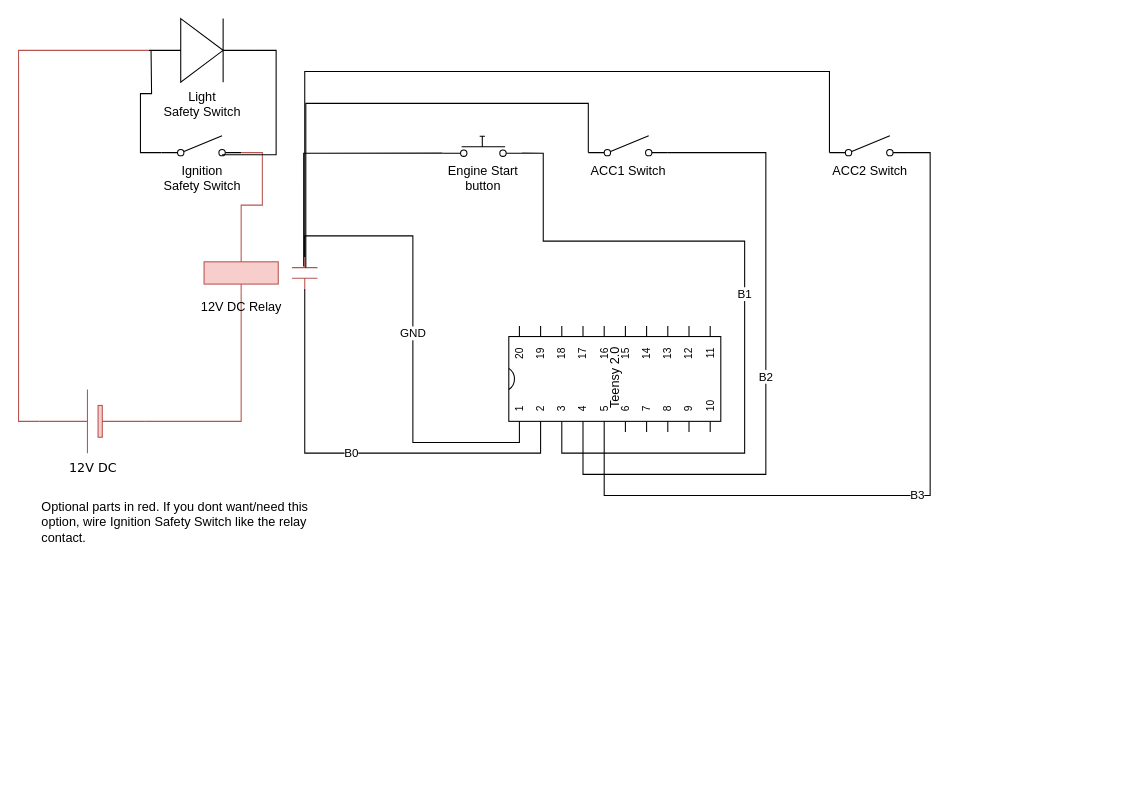
Before: starterbox/WiringDiagram.drawio in simracingtools/hardware, a draw.io diagram. Source tidied: cells renumbered, new cells numbered last; positions are measured from the earlier drawing's top-left corner, leaving out a move shared by most shapes. Both pictures are drawn from the tidied source at 106%, with x=0, y=0 at pixel (39, 18).
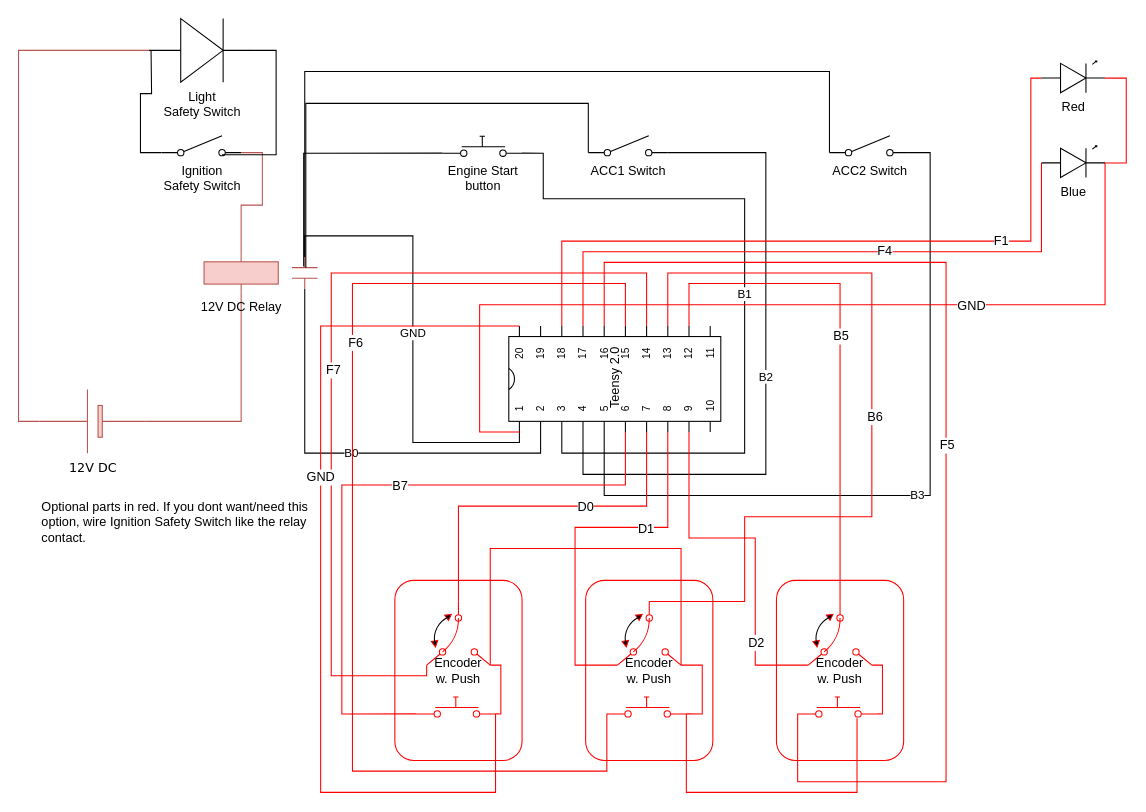
Above is the later version.

The change refers to these unchanged cells:
```xml
<mxCell id="13" value="Teensy 2.0" style="shadow=0;dashed=0;align=center;fillColor=#ffffff;html=1;strokeWidth=1;shape=mxgraph.electrical.logic_gates.dual_inline_ic;rotation=-90;" parent="1" vertex="1">
  <mxGeometry x="492.5" y="240" width="100" height="200" as="geometry" />
</mxCell>
<mxCell id="20" value="Engine Start&lt;br&gt;button&lt;br&gt;" style="verticalLabelPosition=bottom;shadow=0;dashed=0;align=center;fillColor=#ffffff;html=1;verticalAlign=top;strokeWidth=1;shape=mxgraph.electrical.electro-mechanical.push_switch_no;" parent="1" vertex="1">
  <mxGeometry x="380" y="111" width="75" height="19" as="geometry" />
</mxCell>
```

What changed in the source:
```diff
@@
+    <mxCell id="25" value="Encoder&lt;br&gt;w. Push&lt;br&gt;" style="rounded=1;whiteSpace=wrap;html=1;fillColor=none;strokeColor=#FF0000;" parent="1" vertex="1">
+      <mxGeometry x="335" y="530" width="120" height="170" as="geometry" />
+    </mxCell>
+    <mxCell id="26" value="&lt;span&gt;Encoder&lt;br&gt;&lt;/span&gt;w. Push&lt;span&gt;&lt;br&gt;&lt;/span&gt;" style="rounded=1;whiteSpace=wrap;html=1;fillColor=none;strokeColor=#FF0000;" parent="1" vertex="1">
+      <mxGeometry x="515" y="530" width="120" height="170" as="geometry" />
+    </mxCell>
+    <mxCell id="27" value="&lt;span&gt;Encoder&lt;br&gt;&lt;/span&gt;w. Push&lt;span&gt;&lt;br&gt;&lt;/span&gt;" style="rounded=1;whiteSpace=wrap;html=1;fillColor=none;strokeColor=#FF0000;" parent="1" vertex="1">
+      <mxGeometry x="695" y="530" width="120" height="170" as="geometry" />
+    </mxCell>
@@
     <mxCell id="19" value="B1" style="edgeStyle=orthogonalEdgeStyle;rounded=0;jettySize=auto;html=1;exitX=1;exitY=0.84;exitDx=0;exitDy=0;exitPerimeter=0;entryX=0;entryY=0;entryDx=0;entryDy=50;entryPerimeter=0;endArrow=none;endFill=0;" parent="1" edge="1" source="20" target="13">
       <mxGeometry relative="1" as="geometry">
         <Array as="points">
           <mxPoint x="475" y="127" />
-          <mxPoint x="475" y="210" />
-          <mxPoint x="665" y="210" />
+          <mxPoint x="475" y="170" />
+          <mxPoint x="665" y="170" />
           <mxPoint x="665" y="410" />
           <mxPoint x="493" y="410" />
         </Array>
       </mxGeometry>
     </mxCell>
@@
+    <mxCell id="28" style="edgeStyle=orthogonalEdgeStyle;rounded=0;jettySize=auto;html=1;exitX=1;exitY=1;exitDx=0;exitDy=0;exitPerimeter=0;entryX=1;entryY=1;entryDx=0;entryDy=0;entryPerimeter=0;endArrow=none;endFill=0;strokeColor=#FF0000;" parent="1" edge="1" source="33" target="45">
+      <mxGeometry relative="1" as="geometry">
+        <Array as="points">
+          <mxPoint x="425" y="500" />
+          <mxPoint x="605" y="500" />
+        </Array>
+      </mxGeometry>
+    </mxCell>
+    <mxCell id="29" style="edgeStyle=orthogonalEdgeStyle;rounded=0;jettySize=auto;html=1;exitX=0.5;exitY=0;exitDx=0;exitDy=0;exitPerimeter=0;entryX=0;entryY=0;entryDx=0;entryDy=130;entryPerimeter=0;endArrow=none;endFill=0;strokeColor=#FF0000;" parent="1" edge="1" source="33" target="13">
+      <mxGeometry relative="1" as="geometry">
+        <Array as="points">
+          <mxPoint x="395" y="460" />
+          <mxPoint x="573" y="460" />
+        </Array>
+      </mxGeometry>
+    </mxCell>
+    <mxCell id="30" value="D0" style="text;html=1;align=center;verticalAlign=middle;labelBackgroundColor=#ffffff;" parent="29" vertex="1">
+      <mxGeometry x="0.24" relative="1" as="geometry" />
+    </mxCell>
+    <mxCell id="31" style="edgeStyle=orthogonalEdgeStyle;rounded=0;jettySize=auto;html=1;exitX=0;exitY=1;exitDx=0;exitDy=0;exitPerimeter=0;entryX=1;entryY=0;entryDx=0;entryDy=130;entryPerimeter=0;endArrow=none;endFill=0;strokeColor=#FF0000;" parent="1" edge="1" source="33" target="13">
+      <mxGeometry relative="1" as="geometry">
+        <Array as="points">
+          <mxPoint x="365" y="620" />
+          <mxPoint x="275" y="620" />
+          <mxPoint x="275" y="240" />
+          <mxPoint x="573" y="240" />
+        </Array>
+      </mxGeometry>
+    </mxCell>
+    <mxCell id="32" value="F7&lt;br&gt;" style="text;html=1;align=center;verticalAlign=middle;labelBackgroundColor=#ffffff;" parent="31" vertex="1">
+      <mxGeometry x="-0.06" y="-1" relative="1" as="geometry" />
+    </mxCell>
+    <mxCell id="33" style="verticalLabelPosition=bottom;shadow=0;dashed=0;align=center;fillColor=#ffffff;html=1;verticalAlign=top;strokeWidth=1;shape=mxgraph.electrical.electro-mechanical.3_position_switch;strokeColor=#FF0000;" parent="1" vertex="1">
+      <mxGeometry x="365" y="550" width="60" height="60" as="geometry" />
+    </mxCell>
+    <mxCell id="34" style="edgeStyle=orthogonalEdgeStyle;rounded=0;jettySize=auto;html=1;exitX=1;exitY=0.84;exitDx=0;exitDy=0;exitPerimeter=0;entryX=1;entryY=1;entryDx=0;entryDy=0;entryPerimeter=0;endArrow=none;endFill=0;strokeColor=#FF0000;" parent="1" edge="1" source="39" target="33">
+      <mxGeometry relative="1" as="geometry">
+        <Array as="points">
+          <mxPoint x="435" y="656" />
+          <mxPoint x="435" y="610" />
+        </Array>
+      </mxGeometry>
+    </mxCell>
+    <mxCell id="35" style="edgeStyle=orthogonalEdgeStyle;rounded=0;jettySize=auto;html=1;exitX=1;exitY=0.84;exitDx=0;exitDy=0;exitPerimeter=0;entryX=1;entryY=0;entryDx=0;entryDy=10;entryPerimeter=0;endArrow=none;endFill=0;strokeColor=#FF0000;" parent="1" edge="1" source="39" target="13">
+      <mxGeometry relative="1" as="geometry">
+        <Array as="points">
+          <mxPoint x="430" y="730" />
+          <mxPoint x="265" y="730" />
+          <mxPoint x="265" y="290" />
+        </Array>
+      </mxGeometry>
+    </mxCell>
+    <mxCell id="36" value="GND" style="text;html=1;align=center;verticalAlign=middle;labelBackgroundColor=#ffffff;" parent="35" vertex="1">
+      <mxGeometry x="0.24" y="1" relative="1" as="geometry" />
+    </mxCell>
+    <mxCell id="37" style="edgeStyle=orthogonalEdgeStyle;rounded=0;jettySize=auto;html=1;exitX=0;exitY=0.84;exitDx=0;exitDy=0;exitPerimeter=0;endArrow=none;endFill=0;strokeColor=#FF0000;entryX=0;entryY=0;entryDx=0;entryDy=110;entryPerimeter=0;" parent="1" edge="1" source="39" target="13">
+      <mxGeometry relative="1" as="geometry">
+        <Array as="points">
+          <mxPoint x="285" y="656" />
+          <mxPoint x="285" y="440" />
+          <mxPoint x="553" y="440" />
+        </Array>
+      </mxGeometry>
+    </mxCell>
+    <mxCell id="38" value="B7&lt;br&gt;" style="text;html=1;align=center;verticalAlign=middle;labelBackgroundColor=#ffffff;" parent="37" vertex="1">
+      <mxGeometry x="0.13" relative="1" as="geometry" />
+    </mxCell>
+    <mxCell id="39" style="verticalLabelPosition=bottom;shadow=0;dashed=0;align=center;fillColor=#ffffff;html=1;verticalAlign=top;strokeWidth=1;shape=mxgraph.electrical.electro-mechanical.push_switch_no;strokeColor=#FF0000;" parent="1" vertex="1">
+      <mxGeometry x="355" y="640" width="75" height="19" as="geometry" />
+    </mxCell>
+    <mxCell id="40" style="edgeStyle=orthogonalEdgeStyle;rounded=0;jettySize=auto;html=1;exitX=1;exitY=1;exitDx=0;exitDy=0;exitPerimeter=0;entryX=1;entryY=0.84;entryDx=0;entryDy=0;entryPerimeter=0;endArrow=none;endFill=0;strokeColor=#FF0000;" parent="1" edge="1" source="45" target="49">
+      <mxGeometry relative="1" as="geometry">
+        <Array as="points">
+          <mxPoint x="625" y="610" />
+          <mxPoint x="625" y="656" />
+        </Array>
+      </mxGeometry>
+    </mxCell>
+    <mxCell id="41" style="edgeStyle=orthogonalEdgeStyle;rounded=0;jettySize=auto;html=1;exitX=0.5;exitY=0;exitDx=0;exitDy=0;exitPerimeter=0;entryX=1;entryY=0;entryDx=0;entryDy=150;entryPerimeter=0;endArrow=none;endFill=0;strokeColor=#FF0000;" parent="1" edge="1" source="45" target="13">
+      <mxGeometry relative="1" as="geometry">
+        <Array as="points">
+          <mxPoint x="665" y="550" />
+          <mxPoint x="665" y="470" />
+          <mxPoint x="785" y="470" />
+          <mxPoint x="785" y="240" />
+          <mxPoint x="593" y="240" />
+        </Array>
+      </mxGeometry>
+    </mxCell>
+    <mxCell id="42" value="B6" style="text;html=1;align=center;verticalAlign=middle;labelBackgroundColor=#ffffff;" parent="41" vertex="1">
+      <mxGeometry x="0.01" y="-2" relative="1" as="geometry" />
+    </mxCell>
+    <mxCell id="43" style="edgeStyle=orthogonalEdgeStyle;rounded=0;jettySize=auto;html=1;exitX=0;exitY=1;exitDx=0;exitDy=0;exitPerimeter=0;entryX=0;entryY=0;entryDx=0;entryDy=150;entryPerimeter=0;endArrow=none;endFill=0;strokeColor=#FF0000;" parent="1" edge="1" source="45" target="13">
+      <mxGeometry relative="1" as="geometry">
+        <Array as="points">
+          <mxPoint x="505" y="610" />
+          <mxPoint x="505" y="480" />
+          <mxPoint x="593" y="480" />
+        </Array>
+      </mxGeometry>
+    </mxCell>
+    <mxCell id="44" value="D1" style="text;html=1;align=center;verticalAlign=middle;labelBackgroundColor=#ffffff;" parent="43" vertex="1">
+      <mxGeometry x="0.36" y="-1" relative="1" as="geometry" />
+    </mxCell>
+    <mxCell id="45" style="verticalLabelPosition=bottom;shadow=0;dashed=0;align=center;fillColor=#ffffff;html=1;verticalAlign=top;strokeWidth=1;shape=mxgraph.electrical.electro-mechanical.3_position_switch;strokeColor=#FF0000;" parent="1" vertex="1">
+      <mxGeometry x="545" y="550" width="60" height="60" as="geometry" />
+    </mxCell>
+    <mxCell id="46" style="edgeStyle=orthogonalEdgeStyle;rounded=0;jettySize=auto;html=1;exitX=1;exitY=0.84;exitDx=0;exitDy=0;exitPerimeter=0;entryX=0.747;entryY=1.053;entryDx=0;entryDy=0;entryPerimeter=0;endArrow=none;endFill=0;strokeColor=#FF0000;" parent="1" edge="1" source="49" target="58">
+      <mxGeometry relative="1" as="geometry">
+        <Array as="points">
+          <mxPoint x="610" y="730" />
+          <mxPoint x="771" y="730" />
+        </Array>
+      </mxGeometry>
+    </mxCell>
+    <mxCell id="47" style="edgeStyle=orthogonalEdgeStyle;rounded=0;jettySize=auto;html=1;exitX=0;exitY=0.84;exitDx=0;exitDy=0;exitPerimeter=0;entryX=1;entryY=0;entryDx=0;entryDy=110;entryPerimeter=0;endArrow=none;endFill=0;strokeColor=#FF0000;" parent="1" edge="1" source="49" target="13">
+      <mxGeometry relative="1" as="geometry">
+        <Array as="points">
+          <mxPoint x="535" y="710" />
+          <mxPoint x="295" y="710" />
+          <mxPoint x="295" y="250" />
+          <mxPoint x="553" y="250" />
+        </Array>
+      </mxGeometry>
+    </mxCell>
+    <mxCell id="48" value="F6" style="text;html=1;align=center;verticalAlign=middle;labelBackgroundColor=#ffffff;" parent="47" vertex="1">
+      <mxGeometry x="0.33" y="-2" relative="1" as="geometry" />
+    </mxCell>
+    <mxCell id="49" style="verticalLabelPosition=bottom;shadow=0;dashed=0;align=center;fillColor=#ffffff;html=1;verticalAlign=top;strokeWidth=1;shape=mxgraph.electrical.electro-mechanical.push_switch_no;strokeColor=#FF0000;" parent="1" vertex="1">
+      <mxGeometry x="535" y="640" width="75" height="19" as="geometry" />
+    </mxCell>
+    <mxCell id="50" style="edgeStyle=orthogonalEdgeStyle;rounded=0;jettySize=auto;html=1;exitX=1;exitY=1;exitDx=0;exitDy=0;exitPerimeter=0;entryX=1;entryY=0.84;entryDx=0;entryDy=0;entryPerimeter=0;endArrow=none;endFill=0;strokeColor=#FF0000;" parent="1" edge="1" source="55" target="58">
+      <mxGeometry relative="1" as="geometry">
+        <Array as="points">
+          <mxPoint x="795" y="610" />
+          <mxPoint x="795" y="656" />
+        </Array>
+      </mxGeometry>
+    </mxCell>
+    <mxCell id="51" style="edgeStyle=orthogonalEdgeStyle;rounded=0;jettySize=auto;html=1;exitX=0;exitY=1;exitDx=0;exitDy=0;exitPerimeter=0;entryX=0;entryY=0;entryDx=0;entryDy=170;entryPerimeter=0;endArrow=none;endFill=0;strokeColor=#FF0000;" parent="1" edge="1" source="55" target="13">
+      <mxGeometry relative="1" as="geometry">
+        <Array as="points">
+          <mxPoint x="675" y="610" />
+          <mxPoint x="675" y="490" />
+          <mxPoint x="613" y="490" />
+        </Array>
+      </mxGeometry>
+    </mxCell>
+    <mxCell id="52" value="D2" style="text;html=1;align=center;verticalAlign=middle;labelBackgroundColor=#ffffff;" parent="51" vertex="1">
+      <mxGeometry x="-0.7" y="-22" relative="1" as="geometry">
+        <mxPoint x="-22" y="-22" as="offset" />
+      </mxGeometry>
+    </mxCell>
+    <mxCell id="53" style="edgeStyle=orthogonalEdgeStyle;rounded=0;jettySize=auto;html=1;exitX=0.5;exitY=0;exitDx=0;exitDy=0;exitPerimeter=0;entryX=1;entryY=0;entryDx=0;entryDy=170;entryPerimeter=0;endArrow=none;endFill=0;strokeColor=#FF0000;" parent="1" edge="1" source="55" target="13">
+      <mxGeometry relative="1" as="geometry">
+        <Array as="points">
+          <mxPoint x="755" y="250" />
+          <mxPoint x="613" y="250" />
+        </Array>
+      </mxGeometry>
+    </mxCell>
+    <mxCell id="54" value="B5" style="text;html=1;align=center;verticalAlign=middle;labelBackgroundColor=#ffffff;" parent="53" vertex="1">
+      <mxGeometry x="0.04" relative="1" as="geometry" />
+    </mxCell>
+    <mxCell id="55" style="verticalLabelPosition=bottom;shadow=0;dashed=0;align=center;fillColor=#ffffff;html=1;verticalAlign=top;strokeWidth=1;shape=mxgraph.electrical.electro-mechanical.3_position_switch;strokeColor=#FF0000;" parent="1" vertex="1">
+      <mxGeometry x="725" y="550" width="60" height="60" as="geometry" />
+    </mxCell>
+    <mxCell id="56" style="edgeStyle=orthogonalEdgeStyle;rounded=0;jettySize=auto;html=1;exitX=0;exitY=0.84;exitDx=0;exitDy=0;exitPerimeter=0;entryX=1;entryY=0;entryDx=0;entryDy=90;entryPerimeter=0;endArrow=none;endFill=0;strokeColor=#FF0000;" parent="1" edge="1" source="58" target="13">
+      <mxGeometry relative="1" as="geometry">
+        <Array as="points">
+          <mxPoint x="715" y="720" />
+          <mxPoint x="855" y="720" />
+          <mxPoint x="855" y="230" />
+          <mxPoint x="533" y="230" />
+        </Array>
+      </mxGeometry>
+    </mxCell>
+    <mxCell id="57" value="F5" style="text;html=1;align=center;verticalAlign=middle;labelBackgroundColor=#ffffff;" parent="56" vertex="1">
+      <mxGeometry x="-0.03" relative="1" as="geometry" />
+    </mxCell>
+    <mxCell id="58" style="verticalLabelPosition=bottom;shadow=0;dashed=0;align=center;fillColor=#ffffff;html=1;verticalAlign=top;strokeWidth=1;shape=mxgraph.electrical.electro-mechanical.push_switch_no;strokeColor=#FF0000;" parent="1" vertex="1">
+      <mxGeometry x="715" y="640" width="75" height="19" as="geometry" />
+    </mxCell>
+    <mxCell id="59" style="edgeStyle=orthogonalEdgeStyle;rounded=0;jettySize=auto;html=1;exitX=1;exitY=0.54;exitDx=0;exitDy=0;exitPerimeter=0;entryX=0;entryY=0;entryDx=0;entryDy=10;entryPerimeter=0;endArrow=none;endFill=0;strokeColor=#FF0000;" parent="1" edge="1" source="67" target="13">
+      <mxGeometry relative="1" as="geometry">
+        <Array as="points">
+          <mxPoint x="1005" y="270" />
+          <mxPoint x="415" y="270" />
+          <mxPoint x="415" y="390" />
+        </Array>
+      </mxGeometry>
+    </mxCell>
+    <mxCell id="60" value="GND" style="text;html=1;align=center;verticalAlign=middle;labelBackgroundColor=#ffffff;" parent="59" vertex="1">
+      <mxGeometry x="-0.41" relative="1" as="geometry" />
+    </mxCell>
+    <mxCell id="61" style="edgeStyle=orthogonalEdgeStyle;rounded=0;jettySize=auto;html=1;exitX=0;exitY=0.54;exitDx=0;exitDy=0;exitPerimeter=0;entryX=1;entryY=0;entryDx=0;entryDy=50;entryPerimeter=0;endArrow=none;endFill=0;strokeColor=#FF0000;" parent="1" edge="1" source="63" target="13">
+      <mxGeometry relative="1" as="geometry">
+        <Array as="points">
+          <mxPoint x="935" y="56" />
+          <mxPoint x="935" y="210" />
+          <mxPoint x="493" y="210" />
+        </Array>
+      </mxGeometry>
+    </mxCell>
+    <mxCell id="62" value="F1" style="text;html=1;align=center;verticalAlign=middle;labelBackgroundColor=#ffffff;" parent="61" vertex="1">
+      <mxGeometry x="-0.44" y="-1" relative="1" as="geometry" />
+    </mxCell>
+    <mxCell id="63" value="Red" style="verticalLabelPosition=bottom;shadow=0;dashed=0;align=center;fillColor=#ffffff;html=1;verticalAlign=top;strokeWidth=1;shape=mxgraph.electrical.opto_electronics.led_1;" parent="1" vertex="1">
+      <mxGeometry x="945" y="40" width="60" height="30" as="geometry" />
+    </mxCell>
+    <mxCell id="64" style="edgeStyle=orthogonalEdgeStyle;rounded=0;jettySize=auto;html=1;exitX=0;exitY=0.54;exitDx=0;exitDy=0;exitPerimeter=0;entryX=1;entryY=0;entryDx=0;entryDy=70;entryPerimeter=0;endArrow=none;endFill=0;strokeColor=#FF0000;" parent="1" edge="1" source="67" target="13">
+      <mxGeometry relative="1" as="geometry">
+        <Array as="points">
+          <mxPoint x="945" y="220" />
+          <mxPoint x="513" y="220" />
+        </Array>
+      </mxGeometry>
+    </mxCell>
+    <mxCell id="65" value="F4" style="text;html=1;align=center;verticalAlign=middle;labelBackgroundColor=#ffffff;" parent="64" vertex="1">
+      <mxGeometry x="-0.21" y="-1" relative="1" as="geometry" />
+    </mxCell>
+    <mxCell id="66" style="edgeStyle=orthogonalEdgeStyle;rounded=0;jettySize=auto;html=1;exitX=1;exitY=0.54;exitDx=0;exitDy=0;exitPerimeter=0;entryX=1;entryY=0.54;entryDx=0;entryDy=0;entryPerimeter=0;endArrow=none;endFill=0;strokeColor=#FF0000;" parent="1" edge="1" source="67" target="63">
+      <mxGeometry relative="1" as="geometry" />
+    </mxCell>
+    <mxCell id="67" value="Blue" style="verticalLabelPosition=bottom;shadow=0;dashed=0;align=center;fillColor=#ffffff;html=1;verticalAlign=top;strokeWidth=1;shape=mxgraph.electrical.opto_electronics.led_1;" parent="1" vertex="1">
+      <mxGeometry x="945" y="120" width="60" height="30" as="geometry" />
+    </mxCell>
```
